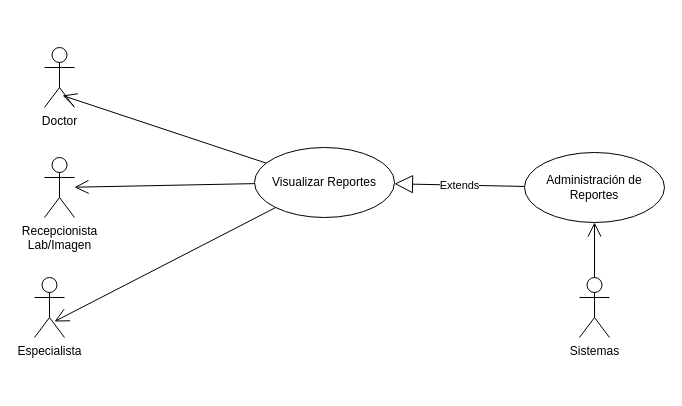
The draw.io diagram page "CDU Reportes Laboratorio" (8 of 8) of Casos de uso SNH.drawio in marguello86/Equipo1_MINSA, before the edit. Source tidied: cells renumbered, new cells numbered last; positions are measured from the earlier drawing's top-left corner, leaving out a move shared by most shapes. Both pictures are drawn from the tidied source at 100%, with x=0, y=0 at pixel (34, 47).
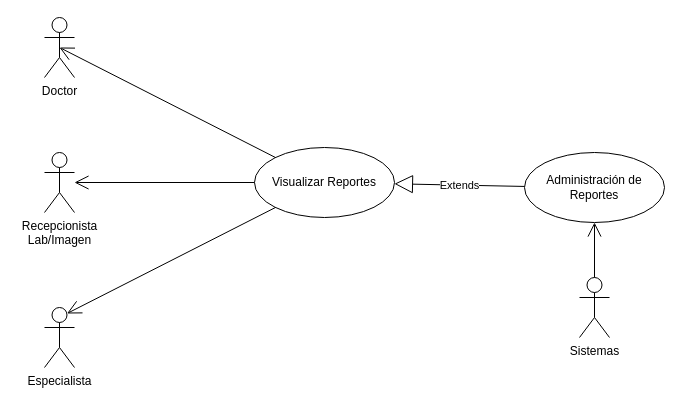
The same page after the edit.

What changed in the source:
```diff
@@
 <mxGraphModel>
   <root>
     <mxCell id="0" />
     <mxCell id="1" parent="0" />
     <mxCell id="2" value="Doctor" style="shape=umlActor;verticalLabelPosition=bottom;verticalAlign=top;html=1;" parent="1" vertex="1">
-      <mxGeometry x="10" width="30" height="60" as="geometry" />
+      <mxGeometry x="10" y="-30" width="30" height="60" as="geometry" />
     </mxCell>
     <mxCell id="3" value="Recepcionista&lt;br&gt;Lab/Imagen" style="shape=umlActor;verticalLabelPosition=bottom;verticalAlign=top;html=1;" parent="1" vertex="1">
-      <mxGeometry x="10" y="110" width="30" height="60" as="geometry" />
+      <mxGeometry x="10" y="105" width="30" height="60" as="geometry" />
     </mxCell>
     <mxCell id="4" value="Especialista" style="shape=umlActor;verticalLabelPosition=bottom;verticalAlign=top;html=1;" parent="1" vertex="1">
-      <mxGeometry y="230" width="30" height="60" as="geometry" />
+      <mxGeometry x="10" y="260" width="30" height="60" as="geometry" />
     </mxCell>
     <mxCell id="5" value="Administración de Reportes" style="ellipse;whiteSpace=wrap;html=1;" parent="1" vertex="1">
       <mxGeometry x="490" y="105" width="140" height="70" as="geometry" />
     </mxCell>
     <mxCell id="6" value="Visualizar Reportes" style="ellipse;whiteSpace=wrap;html=1;" parent="1" vertex="1">
       <mxGeometry x="220" y="100" width="140" height="70" as="geometry" />
     </mxCell>
     <mxCell id="7" value="Extends" style="endArrow=block;endSize=16;endFill=0;html=1;rounded=0;" parent="1" edge="1" source="5" target="6">
       <mxGeometry relative="1" as="geometry" />
     </mxCell>
     <mxCell id="8" value="Sistemas" style="shape=umlActor;verticalLabelPosition=bottom;verticalAlign=top;html=1;" parent="1" vertex="1">
       <mxGeometry x="545" y="230" width="30" height="60" as="geometry" />
     </mxCell>
     <mxCell id="9" style="endArrow=open;endFill=1;endSize=12;html=1;rounded=0;" parent="1" edge="1" source="8" target="5">
       <mxGeometry relative="1" as="geometry" />
     </mxCell>
-    <mxCell id="10" style="endArrow=open;endFill=1;endSize=12;html=1;rounded=0;entryX=0.667;entryY=0.733;entryDx=0;entryDy=0;entryPerimeter=0;" parent="1" edge="1" source="6" target="4">
+    <mxCell id="10" style="endArrow=open;endFill=1;endSize=12;html=1;rounded=0;entryX=0.75;entryY=0.1;entryDx=0;entryDy=0;entryPerimeter=0;" parent="1" edge="1" source="6" target="4">
       <mxGeometry relative="1" as="geometry" />
     </mxCell>
     <mxCell id="11" style="endArrow=open;endFill=1;endSize=12;html=1;rounded=0;" parent="1" edge="1" source="6" target="3">
       <mxGeometry relative="1" as="geometry" />
     </mxCell>
-    <mxCell id="12" style="endArrow=open;endFill=1;endSize=12;html=1;rounded=0;entryX=0.6;entryY=0.8;entryDx=0;entryDy=0;entryPerimeter=0;" parent="1" edge="1" source="6" target="2">
+    <mxCell id="12" style="endArrow=open;endFill=1;endSize=12;html=1;rounded=0;entryX=0.5;entryY=0.5;entryDx=0;entryDy=0;entryPerimeter=0;" parent="1" edge="1" source="6" target="2">
       <mxGeometry relative="1" as="geometry" />
     </mxCell>
   </root>
 </mxGraphModel>
```
